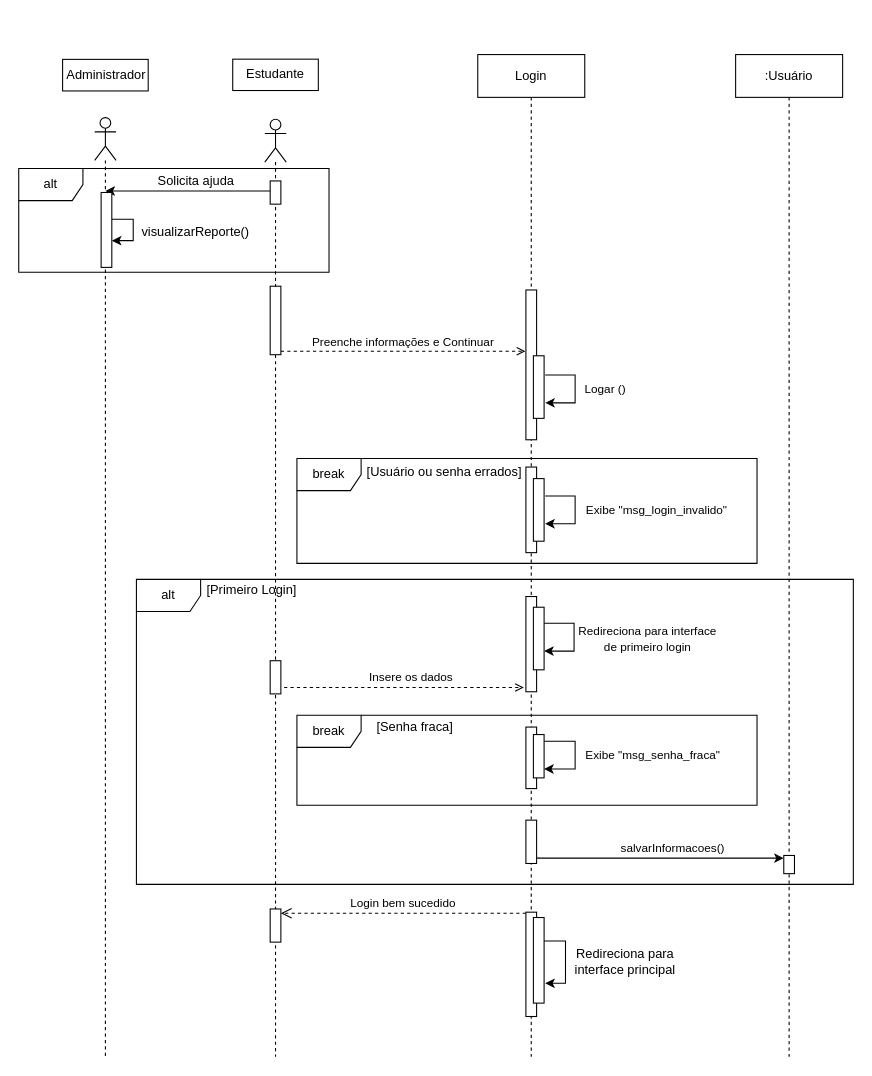
The draw.io diagram DiagramaSequencia.drawio in augustorazani/QENEM-UML-Diagram, before the edit. Source tidied: cells renumbered, new cells numbered last; positions are measured from the earlier drawing's top-left corner, leaving out a move shared by most shapes. Both pictures are drawn from the tidied source at 107%, with x=0, y=0 at pixel (18, 17).
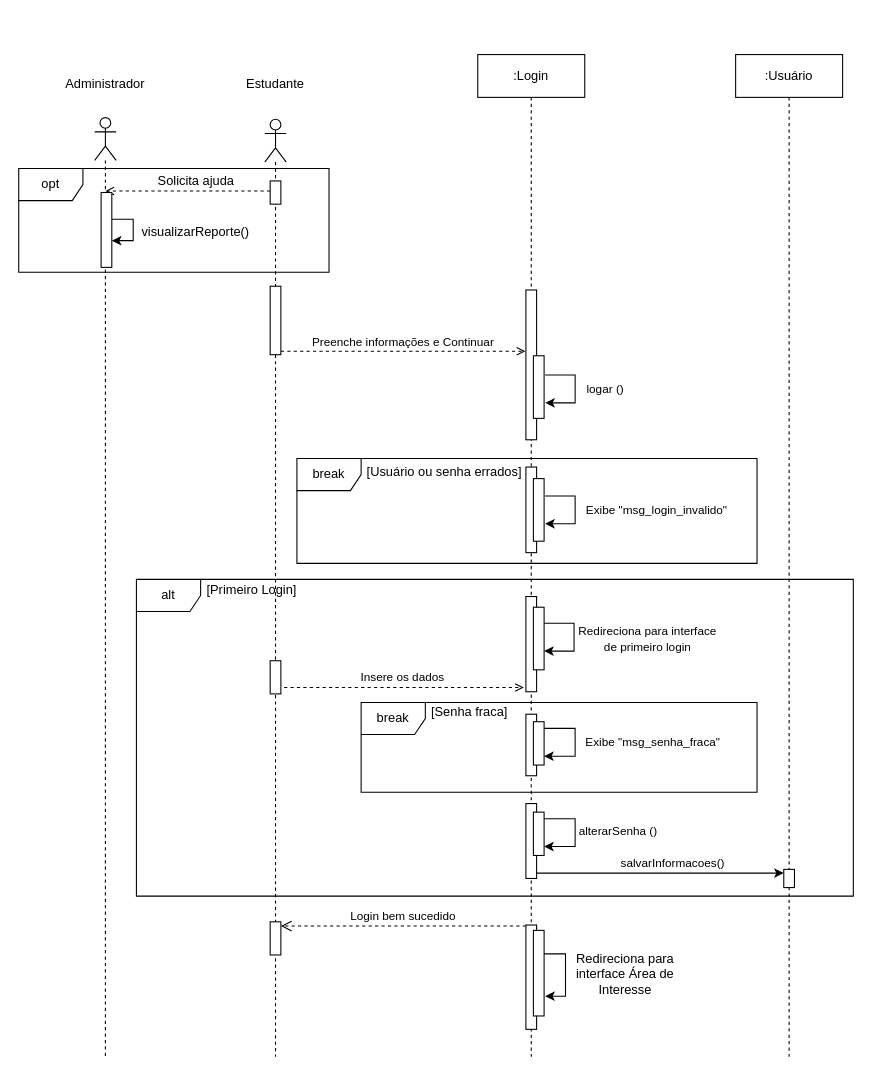
The same page after the edit.

Unchanged cells that the change refers to:
```xml
<mxCell id="42" style="shape=umlLifeline;perimeter=lifelinePerimeter;whiteSpace=wrap;html=1;newEdgeStyle={&quot;curved&quot;:0,&quot;rounded&quot;:0};participant=umlActor;" parent="1" vertex="1">
  <mxGeometry x="230" y="95" width="20" height="876" as="geometry" />
</mxCell>
```

The edit, as a diff of the source:
```diff
@@
-    <mxCell id="3" value="Login" style="shape=umlLifeline;perimeter=lifelinePerimeter;whiteSpace=wrap;html=1;newEdgeStyle={&quot;curved&quot;:0,&quot;rounded&quot;:0};" parent="1" vertex="1">
+    <mxCell id="3" value=":Login" style="shape=umlLifeline;perimeter=lifelinePerimeter;whiteSpace=wrap;html=1;newEdgeStyle={&quot;curved&quot;:0,&quot;rounded&quot;:0};" parent="1" vertex="1">
       <mxGeometry x="429" y="34.5" width="100" height="936.5" as="geometry" />
     </mxCell>
@@
     <mxCell id="5" style="html=1;perimeter=orthogonalPerimeter;targetShapes=umlLifeline;newEdgeStyle={&quot;curved&quot;:0,&quot;rounded&quot;:0};" parent="3" vertex="1">
-      <mxGeometry x="45" y="801.5" width="10" height="97.5" as="geometry" />
+      <mxGeometry x="45" y="813.5" width="10" height="97.5" as="geometry" />
     </mxCell>
     <mxCell id="6" style="html=1;perimeter=orthogonalPerimeter;targetShapes=umlLifeline;newEdgeStyle={&quot;curved&quot;:0,&quot;rounded&quot;:0};" parent="3" vertex="1">
-      <mxGeometry x="52" y="806.5" width="10" height="80" as="geometry" />
+      <mxGeometry x="52" y="818.5" width="10" height="80" as="geometry" />
     </mxCell>
@@
     <mxCell id="8" style="html=1;perimeter=orthogonalPerimeter;targetShapes=umlLifeline;newEdgeStyle={&quot;curved&quot;:0,&quot;rounded&quot;:0};" parent="3" vertex="1">
-      <mxGeometry x="45" y="628.5" width="10" height="57.5" as="geometry" />
+      <mxGeometry x="45" y="616.5" width="10" height="57.5" as="geometry" />
     </mxCell>
     <mxCell id="9" style="html=1;points=[[0,0,0,0,5],[0,1,0,0,-5],[1,0,0,0,5],[1,1,0,0,-5]];perimeter=orthogonalPerimeter;outlineConnect=0;targetShapes=umlLifeline;portConstraint=eastwest;newEdgeStyle={&quot;curved&quot;:0,&quot;rounded&quot;:0};" parent="3" vertex="1">
-      <mxGeometry x="45" y="715.5" width="10" height="40.5" as="geometry" />
+      <mxGeometry x="45" y="700" width="10" height="70" as="geometry" />
     </mxCell>
@@
     <mxCell id="11" style="edgeStyle=orthogonalEdgeStyle;rounded=0;orthogonalLoop=1;jettySize=auto;html=1;curved=0;" parent="3" edge="1">
       <mxGeometry relative="1" as="geometry">
-        <mxPoint x="62" y="641.7" as="sourcePoint" />
-        <mxPoint x="62" y="667.7" as="targetPoint" />
+        <mxPoint x="62" y="629.7" as="sourcePoint" />
+        <mxPoint x="62" y="655.7" as="targetPoint" />
         <Array as="points">
-          <mxPoint x="91" y="642" />
-          <mxPoint x="91" y="668" />
+          <mxPoint x="91" y="630" />
+          <mxPoint x="91" y="656" />
         </Array>
       </mxGeometry>
     </mxCell>
     <mxCell id="12" style="html=1;perimeter=orthogonalPerimeter;targetShapes=umlLifeline;newEdgeStyle={&quot;curved&quot;:0,&quot;rounded&quot;:0};" parent="3" vertex="1">
-      <mxGeometry x="52" y="635.5" width="10" height="40.5" as="geometry" />
+      <mxGeometry x="52" y="623.5" width="10" height="40.5" as="geometry" />
     </mxCell>
-    <mxCell id="13" value="&lt;span style=&quot;font-size: 11px; text-wrap-mode: nowrap; background-color: rgb(255, 255, 255);&quot;&gt;Logar ()&lt;/span&gt;" style="text;html=1;align=center;verticalAlign=middle;whiteSpace=wrap;rounded=0;" parent="1" vertex="1">
+    <mxCell id="13" value="&lt;span style=&quot;font-size: 11px; text-wrap-mode: nowrap; background-color: rgb(255, 255, 255);&quot;&gt;logar ()&lt;/span&gt;" style="text;html=1;align=center;verticalAlign=middle;whiteSpace=wrap;rounded=0;" parent="1" vertex="1">
       <mxGeometry x="516" y="332" width="65" height="30" as="geometry" />
     </mxCell>
@@
     <mxCell id="18" value="alt" style="shape=umlFrame;whiteSpace=wrap;html=1;" parent="1" vertex="1">
-      <mxGeometry x="110" y="525" width="670" height="285" as="geometry" />
+      <mxGeometry x="110" y="525" width="670" height="296" as="geometry" />
     </mxCell>
@@
     <mxCell id="21" value="&lt;span style=&quot;font-size: 11px; text-wrap-mode: nowrap; background-color: rgb(255, 255, 255);&quot;&gt;Insere os dados&lt;/span&gt;" style="text;html=1;align=center;verticalAlign=middle;whiteSpace=wrap;rounded=0;" parent="1" vertex="1">
-      <mxGeometry x="312" y="606" width="110" height="20" as="geometry" />
+      <mxGeometry x="304" y="606" width="110" height="20" as="geometry" />
     </mxCell>
     <mxCell id="22" value="break" style="shape=umlFrame;whiteSpace=wrap;html=1;" parent="1" vertex="1">
-      <mxGeometry x="260" y="652" width="430" height="84" as="geometry" />
+      <mxGeometry x="320" y="640" width="370" height="84" as="geometry" />
     </mxCell>
     <mxCell id="23" value="&lt;span style=&quot;font-size: 11px; text-wrap-mode: nowrap; background-color: rgb(255, 255, 255);&quot;&gt;Exibe &quot;msg_senha_fraca&quot;&lt;/span&gt;" style="text;html=1;align=center;verticalAlign=middle;whiteSpace=wrap;rounded=0;" parent="1" vertex="1">
-      <mxGeometry x="520" y="674" width="146" height="30" as="geometry" />
+      <mxGeometry x="520" y="662" width="146" height="30" as="geometry" />
     </mxCell>
     <mxCell id="24" value="[Senha fraca]" style="text;html=1;align=center;verticalAlign=middle;whiteSpace=wrap;rounded=0;" parent="1" vertex="1">
-      <mxGeometry x="328" y="648" width="85" height="30" as="geometry" />
+      <mxGeometry x="379" y="634" width="85" height="30" as="geometry" />
     </mxCell>
     <mxCell id="25" value="Login bem sucedido" style="html=1;verticalAlign=bottom;endArrow=open;dashed=1;endSize=8;curved=0;rounded=0;" parent="1" edge="1" target="44">
       <mxGeometry relative="1" as="geometry">
-        <mxPoint x="474" y="837" as="sourcePoint" />
+        <mxPoint x="474" y="849" as="sourcePoint" />
       </mxGeometry>
     </mxCell>
-    <mxCell id="26" value="&lt;div&gt;&lt;span style=&quot;background-color: transparent; color: light-dark(rgb(0, 0, 0), rgb(255, 255, 255));&quot;&gt;Redireciona para interface principal&lt;/span&gt;&lt;/div&gt;" style="text;html=1;align=center;verticalAlign=middle;whiteSpace=wrap;rounded=0;" parent="1" vertex="1">
-      <mxGeometry x="510" y="862" width="114" height="40" as="geometry" />
+    <mxCell id="26" value="&lt;div&gt;&lt;span style=&quot;background-color: transparent; color: light-dark(rgb(0, 0, 0), rgb(255, 255, 255));&quot;&gt;Redireciona para interface Área de Interesse&lt;/span&gt;&lt;/div&gt;" style="text;html=1;align=center;verticalAlign=middle;whiteSpace=wrap;rounded=0;" parent="1" vertex="1">
+      <mxGeometry x="510" y="874" width="114" height="40" as="geometry" />
     </mxCell>
     <mxCell id="27" style="edgeStyle=orthogonalEdgeStyle;rounded=0;orthogonalLoop=1;jettySize=auto;html=1;curved=0;" parent="1" edge="1">
       <mxGeometry relative="1" as="geometry">
-        <mxPoint x="491" y="863" as="sourcePoint" />
-        <mxPoint x="492" y="902.5" as="targetPoint" />
+        <mxPoint x="491" y="875" as="sourcePoint" />
+        <mxPoint x="492" y="914.5" as="targetPoint" />
         <Array as="points">
-          <mxPoint x="511" y="863.5" />
-          <mxPoint x="511" y="902.5" />
+          <mxPoint x="511" y="875.5" />
+          <mxPoint x="511" y="914.5" />
         </Array>
       </mxGeometry>
     </mxCell>
-    <mxCell id="28" value="alt" style="shape=umlFrame;whiteSpace=wrap;html=1;" parent="1" vertex="1">
+    <mxCell id="28" value="opt" style="shape=umlFrame;whiteSpace=wrap;html=1;" parent="1" vertex="1">
       <mxGeometry y="141" width="290" height="97" as="geometry" />
     </mxCell>
-    <mxCell id="29" style="endArrow=classic;html=1;rounded=0;exitX=0;exitY=1;exitDx=0;exitDy=-5;exitPerimeter=0;" parent="1" edge="1">
+    <mxCell id="29" style="endArrow=open;html=1;rounded=0;exitX=0;exitY=1;exitDx=0;exitDy=-5;exitPerimeter=0;dashed=1;endFill=0;" parent="1" edge="1">
       <mxGeometry relative="1" as="geometry">
         <mxPoint x="235" y="162" as="sourcePoint" />
         <mxPoint x="81" y="162" as="targetPoint" />
       </mxGeometry>
     </mxCell>
@@
-    <mxCell id="31" style="edgeStyle=orthogonalEdgeStyle;rounded=0;jettySize=auto;html=1;curved=0;exitX=1;exitY=1;exitDx=0;exitDy=-5;exitPerimeter=0;" parent="1" edge="1" source="9" target="34">
+    <mxCell id="31" style="edgeStyle=orthogonalEdgeStyle;rounded=0;orthogonalLoop=1;jettySize=auto;html=1;curved=0;exitX=1;exitY=1;exitDx=0;exitDy=-5;exitPerimeter=0;" parent="1" edge="1">
       <mxGeometry relative="1" as="geometry">
+        <mxPoint x="484" y="799.5" as="sourcePoint" />
+        <mxPoint x="715" y="799.5" as="targetPoint" />
         <Array as="points">
-          <mxPoint x="660" y="786" />
-          <mxPoint x="660" y="786" />
+          <mxPoint x="660" y="800" />
+          <mxPoint x="660" y="800" />
         </Array>
       </mxGeometry>
     </mxCell>
@@
     <mxCell id="34" style="html=1;points=[[0,0,0,0,5],[0,1,0,0,-5],[1,0,0,0,5],[1,1,0,0,-5]];perimeter=orthogonalPerimeter;outlineConnect=0;targetShapes=umlLifeline;portConstraint=eastwest;newEdgeStyle={&quot;curved&quot;:0,&quot;rounded&quot;:0};" parent="1" vertex="1">
-      <mxGeometry x="715" y="783" width="10" height="17" as="geometry" />
+      <mxGeometry x="715" y="796" width="10" height="17" as="geometry" />
     </mxCell>
-    <mxCell id="35" style="rounded=0;whiteSpace=wrap;html=1;" parent="1" vertex="1">
-      <mxGeometry x="41" y="39" width="80" height="29.5" as="geometry" />
-    </mxCell>
@@
     <mxCell id="39" value="Administrador" style="text;html=1;align=center;verticalAlign=middle;whiteSpace=wrap;rounded=0;" parent="1" vertex="1">
-      <mxGeometry x="42" y="0.2" width="80" height="107" as="geometry" />
+      <mxGeometry x="40.5" y="44.3" width="80" height="36.2" as="geometry" />
     </mxCell>
@@
     <mxCell id="44" style="html=1;points=[[0,0,0,0,5],[0,1,0,0,-5],[1,0,0,0,5],[1,1,0,0,-5]];perimeter=orthogonalPerimeter;outlineConnect=0;targetShapes=umlLifeline;portConstraint=eastwest;newEdgeStyle={&quot;curved&quot;:0,&quot;rounded&quot;:0};" parent="42" vertex="1">
-      <mxGeometry x="5" y="738" width="10" height="31" as="geometry" />
+      <mxGeometry x="5" y="750" width="10" height="31" as="geometry" />
     </mxCell>
@@
-    <mxCell id="47" style="group;" parent="1" vertex="1">
-      <mxGeometry x="200" y="17" width="80" height="72.8" as="geometry" />
-    </mxCell>
-    <mxCell id="48" style="rounded=0;whiteSpace=wrap;html=1;" parent="47" vertex="1">
-      <mxGeometry y="21.8" width="80" height="29.3" as="geometry" />
-    </mxCell>
@@
     <mxCell id="51" value="Estudante" style="text;html=1;align=center;verticalAlign=middle;whiteSpace=wrap;rounded=0;" parent="1" vertex="1">
-      <mxGeometry x="200" y="17" width="80" height="72.8" as="geometry" />
+      <mxGeometry x="200" y="43" width="80" height="38.8" as="geometry" />
     </mxCell>
@@
+    <mxCell id="55" style="edgeStyle=orthogonalEdgeStyle;rounded=0;orthogonalLoop=1;jettySize=auto;html=1;curved=0;" parent="1" edge="1">
+      <mxGeometry relative="1" as="geometry">
+        <mxPoint x="491" y="748.7" as="sourcePoint" />
+        <mxPoint x="491" y="774.7" as="targetPoint" />
+        <Array as="points">
+          <mxPoint x="520" y="749" />
+          <mxPoint x="520" y="775" />
+        </Array>
+      </mxGeometry>
+    </mxCell>
+    <mxCell id="56" style="html=1;perimeter=orthogonalPerimeter;targetShapes=umlLifeline;newEdgeStyle={&quot;curved&quot;:0,&quot;rounded&quot;:0};" parent="1" vertex="1">
+      <mxGeometry x="481" y="742.5" width="10" height="40.5" as="geometry" />
+    </mxCell>
+    <mxCell id="57" value="&lt;span style=&quot;font-size: 11px; text-wrap-mode: nowrap; background-color: rgb(255, 255, 255);&quot;&gt;alterarSenha ()&lt;/span&gt;" style="text;html=1;align=center;verticalAlign=middle;whiteSpace=wrap;rounded=0;" parent="1" vertex="1">
+      <mxGeometry x="528" y="744.5" width="65" height="30" as="geometry" />
+    </mxCell>
```
